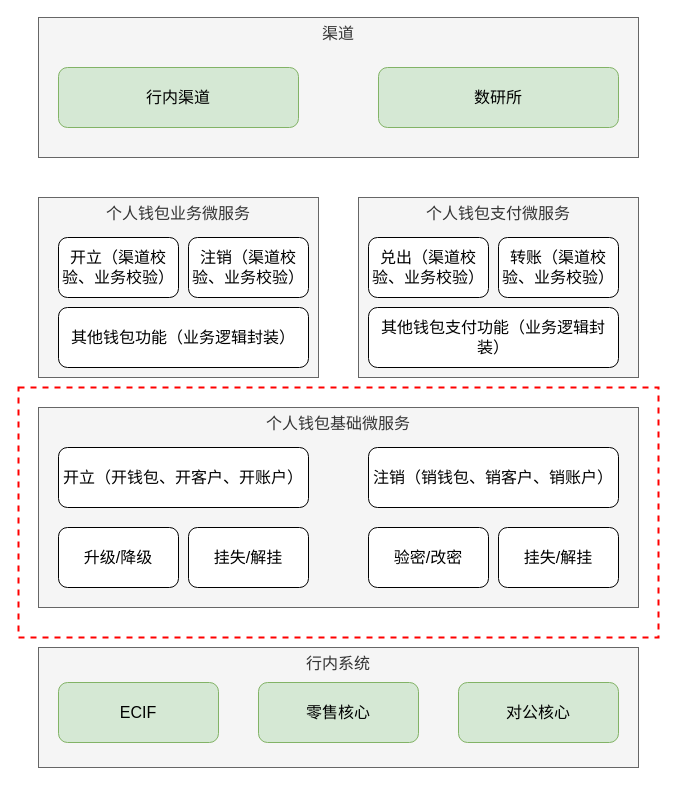
This is 钱包设计.drawio from EngineKing/draw, a draw.io file, before an edit. Source tidied: cells renumbered, new cells numbered last; positions are measured from the earlier drawing's top-left corner, leaving out a move shared by most shapes. Both pictures are drawn from the tidied source at 100%, with x=0, y=0 at pixel (18, 17).
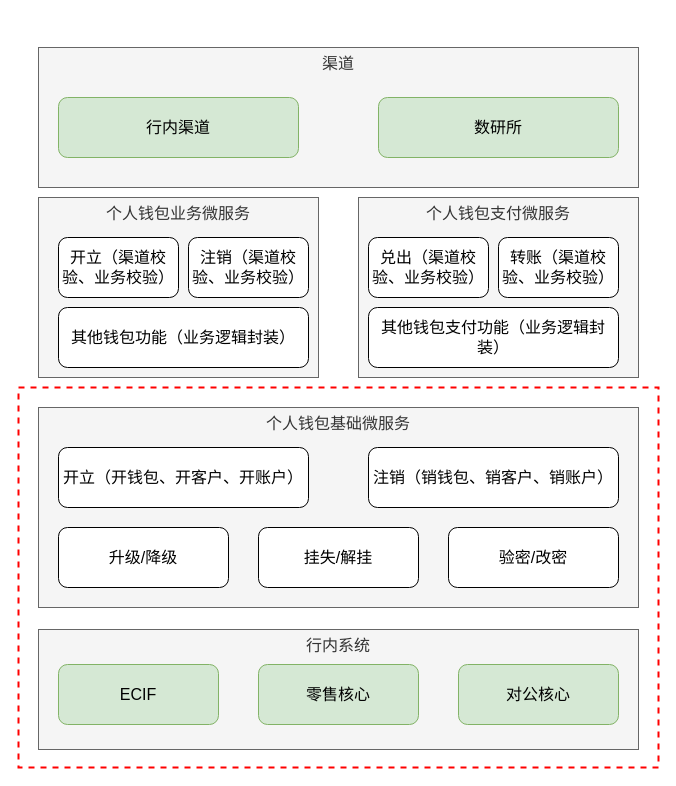
The same diagram, later.

Commit message (it also covers changes not shown here):
更新钱包设计.drawio

What changed in the source:
```diff
@@
+    <mxCell id="3" style="rounded=0;whiteSpace=wrap;html=1;strokeColor=light-dark(#ff0000, #ededed);align=center;verticalAlign=middle;fontFamily=简宋;fontSize=16;fontColor=default;fillColor=none;dashed=1;strokeWidth=2;" parent="1" vertex="1">
+      <mxGeometry y="370" width="640" height="380" as="geometry" />
+    </mxCell>
     <mxCell id="2" value="行内系统" style="rounded=0;whiteSpace=wrap;html=1;fontFamily=简宋;fontSize=16;verticalAlign=top;fillColor=#f5f5f5;fontColor=#333333;strokeColor=#666666;" parent="1" vertex="1">
-      <mxGeometry x="20" y="630" width="600" height="120" as="geometry" />
+      <mxGeometry x="20" y="612" width="600" height="120" as="geometry" />
     </mxCell>
-    <mxCell id="3" style="rounded=0;whiteSpace=wrap;html=1;strokeColor=light-dark(#ff0000, #ededed);align=center;verticalAlign=middle;fontFamily=简宋;fontSize=16;fontColor=default;fillColor=none;dashed=1;strokeWidth=2;" parent="1" vertex="1">
-      <mxGeometry y="370" width="640" height="250" as="geometry" />
-    </mxCell>
@@
     <mxCell id="6" value="渠道" style="rounded=0;whiteSpace=wrap;html=1;fontFamily=简宋;fontSize=16;verticalAlign=top;fillColor=#f5f5f5;fontColor=#333333;strokeColor=#666666;" parent="1" vertex="1">
-      <mxGeometry x="20" width="600" height="140" as="geometry" />
+      <mxGeometry x="20" y="30" width="600" height="140" as="geometry" />
     </mxCell>
@@
     <mxCell id="9" value="行内渠道" style="rounded=1;whiteSpace=wrap;html=1;strokeColor=#82b366;align=center;verticalAlign=middle;fontFamily=简宋;fontSize=16;fillColor=#d5e8d4;" parent="1" vertex="1">
-      <mxGeometry x="40" y="50" width="240" height="60" as="geometry" />
+      <mxGeometry x="40" y="80" width="240" height="60" as="geometry" />
     </mxCell>
@@
     <mxCell id="11" value="数研所" style="rounded=1;whiteSpace=wrap;html=1;strokeColor=#82b366;align=center;verticalAlign=middle;fontFamily=简宋;fontSize=16;fillColor=#d5e8d4;" parent="1" vertex="1">
-      <mxGeometry x="360" y="50" width="240" height="60" as="geometry" />
+      <mxGeometry x="360" y="80" width="240" height="60" as="geometry" />
     </mxCell>
@@
     <mxCell id="13" value="升级/降级" style="rounded=1;whiteSpace=wrap;html=1;strokeColor=default;align=center;verticalAlign=middle;fontFamily=简宋;fontSize=16;fontColor=default;fillColor=default;" parent="1" vertex="1">
-      <mxGeometry x="40" y="510" width="120" height="60" as="geometry" />
+      <mxGeometry x="40" y="510" width="170" height="60" as="geometry" />
     </mxCell>
     <mxCell id="14" value="挂失/解挂" style="rounded=1;whiteSpace=wrap;html=1;strokeColor=default;align=center;verticalAlign=middle;fontFamily=简宋;fontSize=16;fontColor=default;fillColor=default;" parent="1" vertex="1">
-      <mxGeometry x="170" y="510" width="120" height="60" as="geometry" />
+      <mxGeometry x="240" y="510" width="160" height="60" as="geometry" />
     </mxCell>
     <mxCell id="15" value="验密/改密" style="rounded=1;whiteSpace=wrap;html=1;strokeColor=default;align=center;verticalAlign=middle;fontFamily=简宋;fontSize=16;fontColor=default;fillColor=default;" parent="1" vertex="1">
-      <mxGeometry x="350" y="510" width="120" height="60" as="geometry" />
+      <mxGeometry x="430" y="510" width="170" height="60" as="geometry" />
     </mxCell>
-    <mxCell id="16" value="挂失/解挂" style="rounded=1;whiteSpace=wrap;html=1;strokeColor=default;align=center;verticalAlign=middle;fontFamily=简宋;fontSize=16;fontColor=default;fillColor=default;" parent="1" vertex="1">
-      <mxGeometry x="480" y="510" width="120" height="60" as="geometry" />
-    </mxCell>
@@
     <mxCell id="22" value="ECIF" style="rounded=1;whiteSpace=wrap;html=1;strokeColor=#82b366;align=center;verticalAlign=middle;fontFamily=简宋;fontSize=16;fillColor=#d5e8d4;" parent="1" vertex="1">
-      <mxGeometry x="40" y="665" width="160" height="60" as="geometry" />
+      <mxGeometry x="40" y="647" width="160" height="60" as="geometry" />
     </mxCell>
     <mxCell id="23" value="零售核心" style="rounded=1;whiteSpace=wrap;html=1;strokeColor=#82b366;align=center;verticalAlign=middle;fontFamily=简宋;fontSize=16;fillColor=#d5e8d4;" parent="1" vertex="1">
-      <mxGeometry x="240" y="665" width="160" height="60" as="geometry" />
+      <mxGeometry x="240" y="647" width="160" height="60" as="geometry" />
     </mxCell>
     <mxCell id="24" value="对公核心" style="rounded=1;whiteSpace=wrap;html=1;strokeColor=#82b366;align=center;verticalAlign=middle;fontFamily=简宋;fontSize=16;fillColor=#d5e8d4;" parent="1" vertex="1">
-      <mxGeometry x="440" y="665" width="160" height="60" as="geometry" />
+      <mxGeometry x="440" y="647" width="160" height="60" as="geometry" />
     </mxCell>
```
